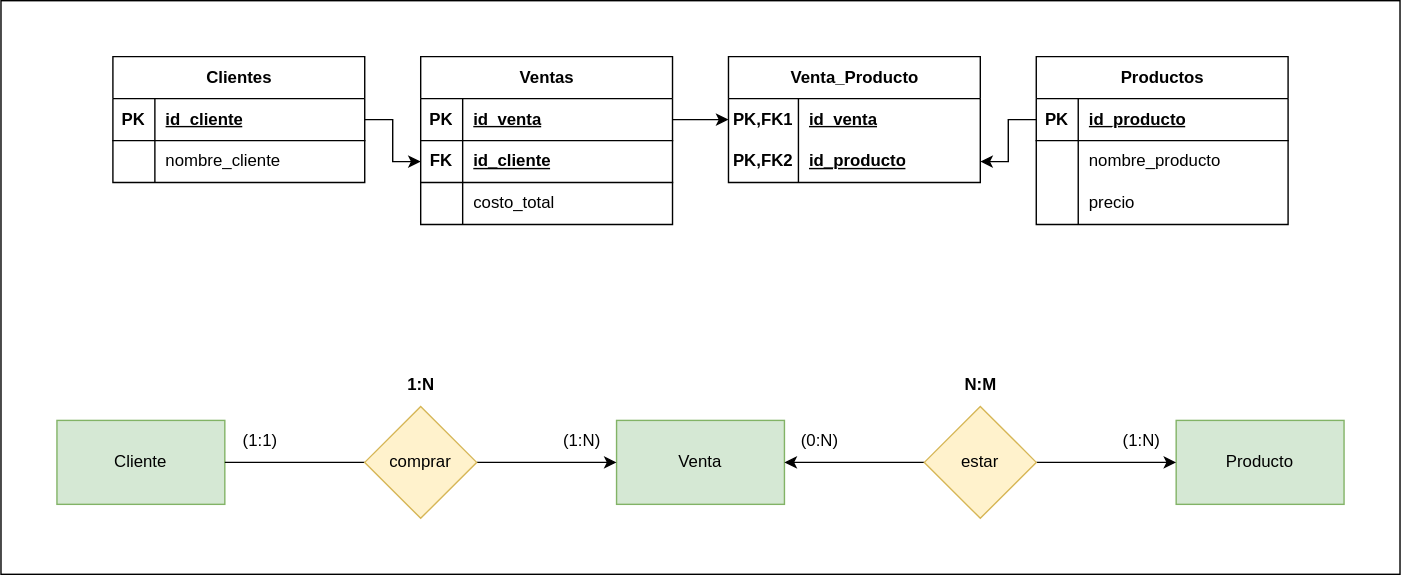
FJrodafo/University keeps this draw.io diagram as DAW/BAE/Unidad-2/Tarea-6/Assets/Diagrams/Exported/ventas_de_tienda.drawio.svg. Above is the earlier version. Source tidied: cells renumbered, new cells last; positions are measured from the earlier drawing's top-left corner, leaving out a move shared by most shapes.
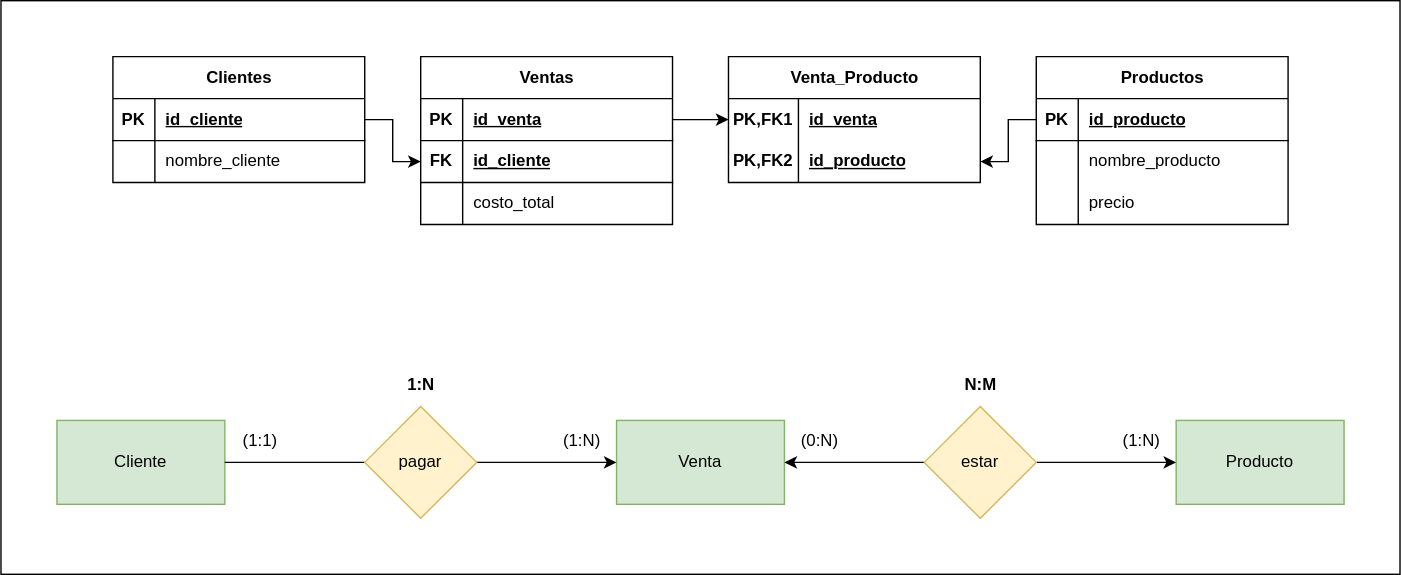
After the commit.

What changed in the source:
```diff
@@ -134,7 +134,7 @@
     <mxCell id="45" style="edgeStyle=orthogonalEdgeStyle;rounded=0;jettySize=auto;html=1;exitX=0;exitY=0.5;exitDx=0;exitDy=0;entryX=1;entryY=0.5;entryDx=0;entryDy=0;endArrow=none;startFill=0;" parent="2" edge="1" source="46" target="41">
       <mxGeometry relative="1" as="geometry" />
     </mxCell>
-    <mxCell id="46" value="comprar" style="rhombus;whiteSpace=wrap;html=1;fillColor=#fff2cc;strokeColor=#d6b656;" parent="2" vertex="1">
+    <mxCell id="46" value="pagar" style="rhombus;whiteSpace=wrap;html=1;fillColor=#fff2cc;strokeColor=#d6b656;" parent="2" vertex="1">
       <mxGeometry x="260" y="290" width="80" height="80" as="geometry" />
     </mxCell>
     <mxCell id="47" style="edgeStyle=orthogonalEdgeStyle;rounded=0;jettySize=auto;html=1;exitX=1;exitY=0.5;exitDx=0;exitDy=0;entryX=0;entryY=0.5;entryDx=0;entryDy=0;" parent="2" edge="1" source="49" target="43">
```
